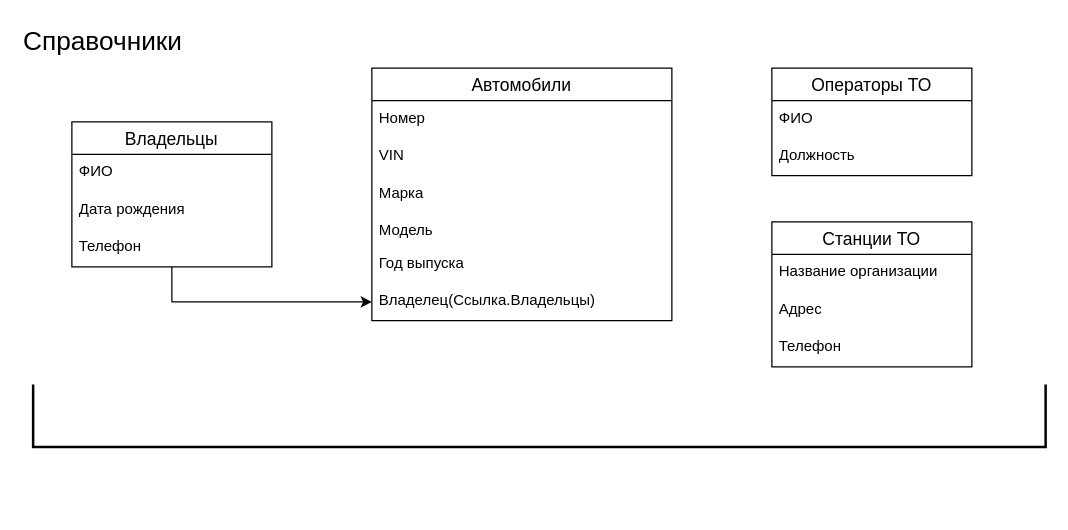
Above: Диаграмма без названия.drawio in MaksParkin2k04/1- (draw.io), before the change. Source tidied: cells renumbered, new cells numbered last; positions are measured from the earlier drawing's top-left corner, leaving out a move shared by most shapes. Both pictures are drawn from the tidied source at 125%, with x=0, y=0 at pixel (21, 21).
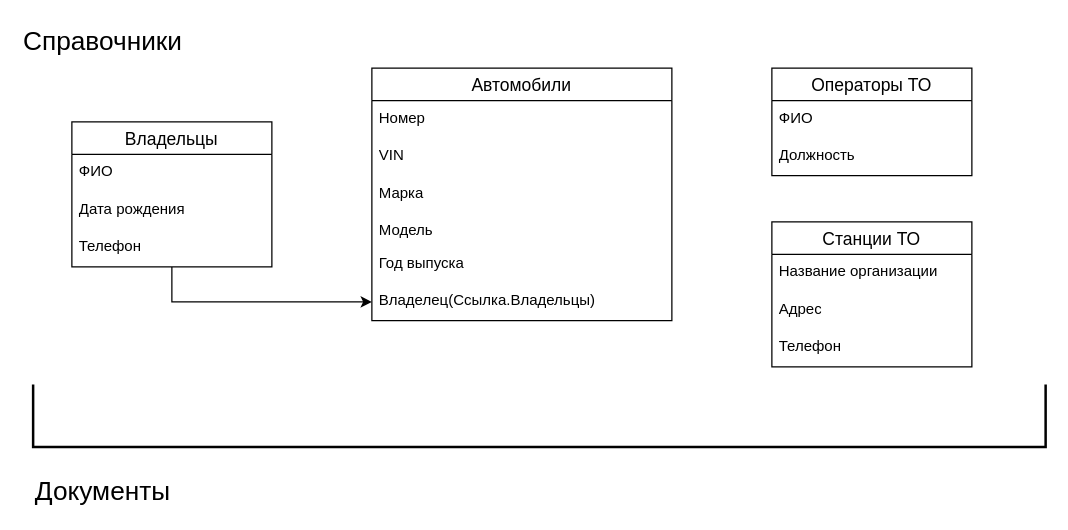
Above is the later version.

Change to the diagram source:
```diff
@@
+    <mxCell id="23" value="Документы" style="text;html=1;align=center;verticalAlign=middle;whiteSpace=wrap;rounded=0;fontSize=21;" parent="1" vertex="1">
+      <mxGeometry y="360" width="130" height="30" as="geometry" />
+    </mxCell>
```
